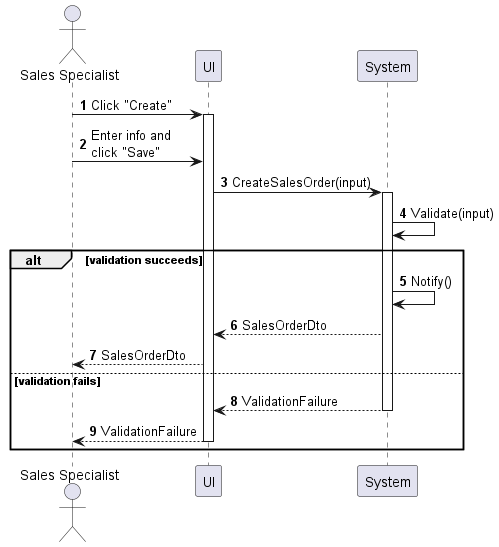
Earlier version of the PlantUML export sequences/sales-order-create.png (phihungha/scmss-reqs).
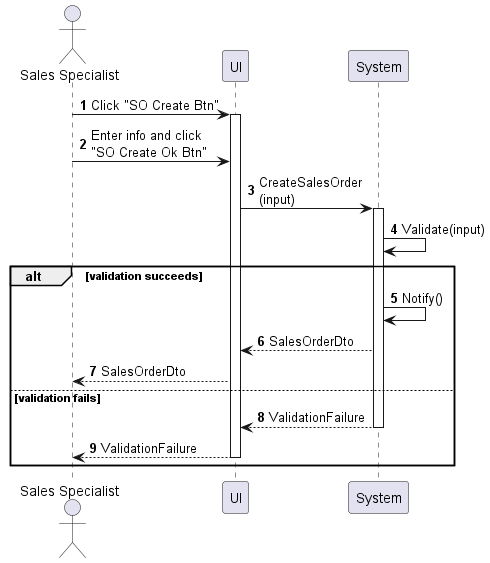
After the change.

What changed in the source:
```diff
@@ -5,10 +5,10 @@
 participant UI as f
 participant System as b
 
-a -> f : Click "Create"
+a -> f : Click "SO Create Btn"
 activate f
-a -> f : Enter info and\nclick "Save"
-f -> b : CreateSalesOrder(input)
+a -> f : Enter info and click\n"SO Create Ok Btn"
+f -> b : CreateSalesOrder\n(input)
 activate b
 b -> b : Validate(input)
 
```
